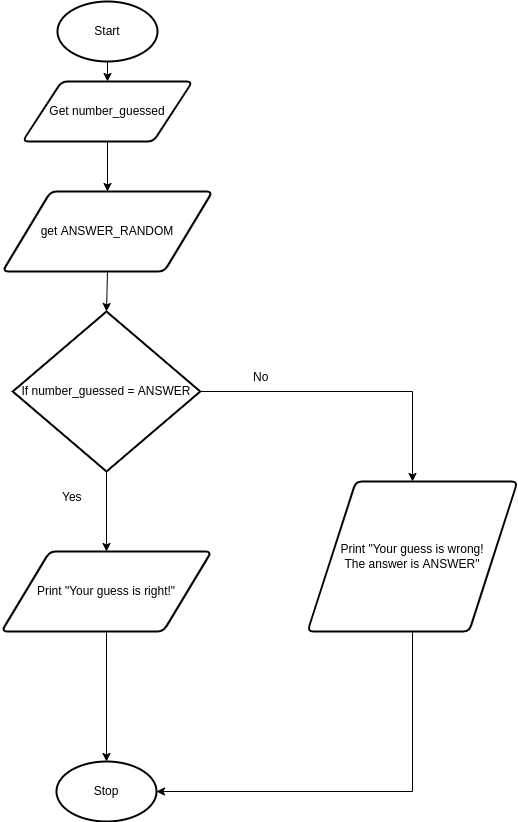
This is design.number_guess.flowchart.png from Yiyun-Qin/ICS3U-Unit3-03-Python, a draw.io export, as it was before one commit. Source tidied: cells renumbered, new cells last; positions are measured from the earlier drawing's top-left corner, leaving out a move shared by most shapes.
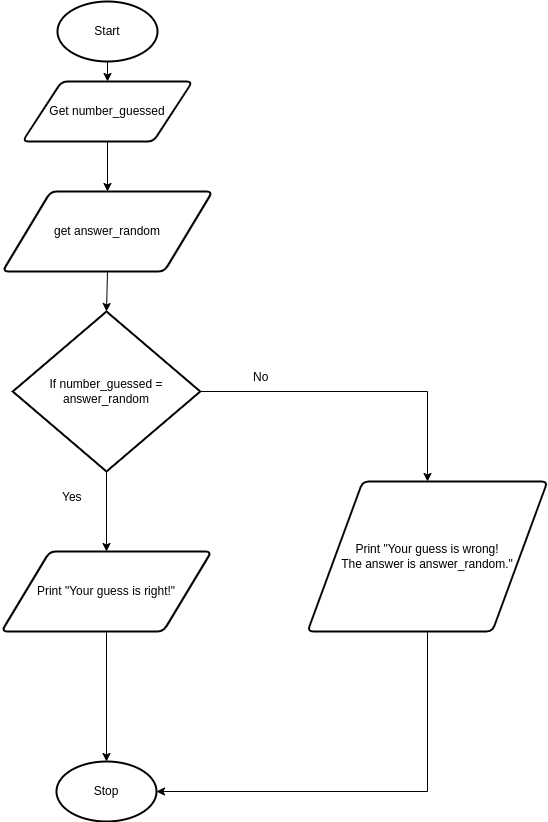
Above is the later version.

Diff of the diagram source:
```diff
@@ -29,7 +29,7 @@
     <mxCell id="10" style="edgeStyle=orthogonalEdgeStyle;html=1;exitX=1;exitY=0.5;exitDx=0;exitDy=0;exitPerimeter=0;entryX=0.5;entryY=0;entryDx=0;entryDy=0;rounded=0;" parent="1" edge="1" source="11" target="14">
       <mxGeometry relative="1" as="geometry" />
     </mxCell>
-    <mxCell id="11" value="If number_guessed = ANSWER" style="strokeWidth=2;html=1;shape=mxgraph.flowchart.decision;whiteSpace=wrap;" parent="1" vertex="1">
+    <mxCell id="11" value="If number_guessed = answer_random" style="strokeWidth=2;html=1;shape=mxgraph.flowchart.decision;whiteSpace=wrap;" parent="1" vertex="1">
       <mxGeometry x="11.2" y="310" width="187.5" height="160" as="geometry" />
     </mxCell>
     <mxCell id="12" value="Yes" style="text;strokeColor=none;fillColor=none;align=left;verticalAlign=middle;spacingLeft=4;spacingRight=4;overflow=hidden;" parent="1" vertex="1">
@@ -38,8 +38,8 @@
     <mxCell id="13" style="edgeStyle=orthogonalEdgeStyle;rounded=0;html=1;exitX=0.5;exitY=1;exitDx=0;exitDy=0;entryX=1;entryY=0.5;entryDx=0;entryDy=0;entryPerimeter=0;" parent="1" edge="1" source="14" target="8">
       <mxGeometry relative="1" as="geometry" />
     </mxCell>
-    <mxCell id="14" value="Print &quot;Your guess is wrong!&lt;br&gt;The answer is ANSWER&quot;" style="shape=parallelogram;html=1;strokeWidth=2;perimeter=parallelogramPerimeter;whiteSpace=wrap;rounded=1;arcSize=12;size=0.23;" parent="1" vertex="1">
-      <mxGeometry x="306" y="480" width="210" height="150" as="geometry" />
+    <mxCell id="14" value="Print &quot;Your guess is wrong!&lt;br&gt;The answer is answer_random.&quot;" style="shape=parallelogram;html=1;strokeWidth=2;perimeter=parallelogramPerimeter;whiteSpace=wrap;rounded=1;arcSize=12;size=0.23;" parent="1" vertex="1">
+      <mxGeometry x="306" y="480" width="240" height="150" as="geometry" />
     </mxCell>
     <mxCell id="15" value="No" style="text;strokeColor=none;fillColor=none;align=left;verticalAlign=middle;spacingLeft=4;spacingRight=4;overflow=hidden;" parent="1" vertex="1">
       <mxGeometry x="246" y="360" width="80" height="30" as="geometry" />
@@ -47,7 +47,7 @@
     <mxCell id="16" style="edgeStyle=none;html=1;exitX=0.5;exitY=1;exitDx=0;exitDy=0;entryX=0.5;entryY=0;entryDx=0;entryDy=0;entryPerimeter=0;" parent="1" edge="1" source="17" target="11">
       <mxGeometry relative="1" as="geometry" />
     </mxCell>
-    <mxCell id="17" value="get ANSWER_RANDOM" style="shape=parallelogram;html=1;strokeWidth=2;perimeter=parallelogramPerimeter;whiteSpace=wrap;rounded=1;arcSize=12;size=0.23;" parent="1" vertex="1">
+    <mxCell id="17" value="get answer_random" style="shape=parallelogram;html=1;strokeWidth=2;perimeter=parallelogramPerimeter;whiteSpace=wrap;rounded=1;arcSize=12;size=0.23;" parent="1" vertex="1">
       <mxGeometry x="1" y="190" width="210" height="80" as="geometry" />
     </mxCell>
   </root>
```
